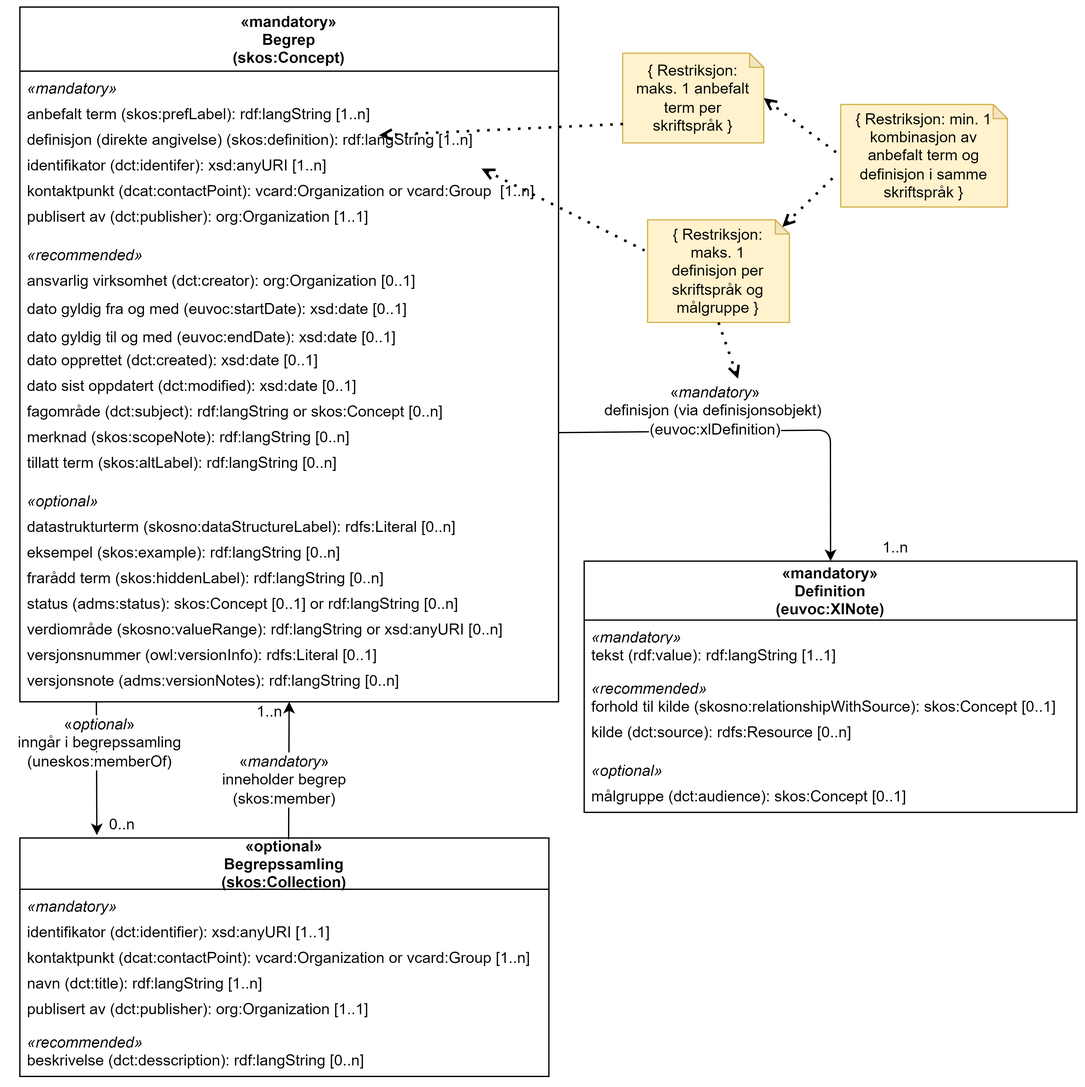
Informasjonsforvaltning/skos-ap-no-begrep keeps this draw.io diagram as docs/images/SKOS-AP-NO-Begrep-uten-relasjoner.png. Above is the earlier version. Source tidied: cells renumbered, new cells last; positions are measured from the earlier drawing's top-left corner, leaving out a move shared by most shapes.
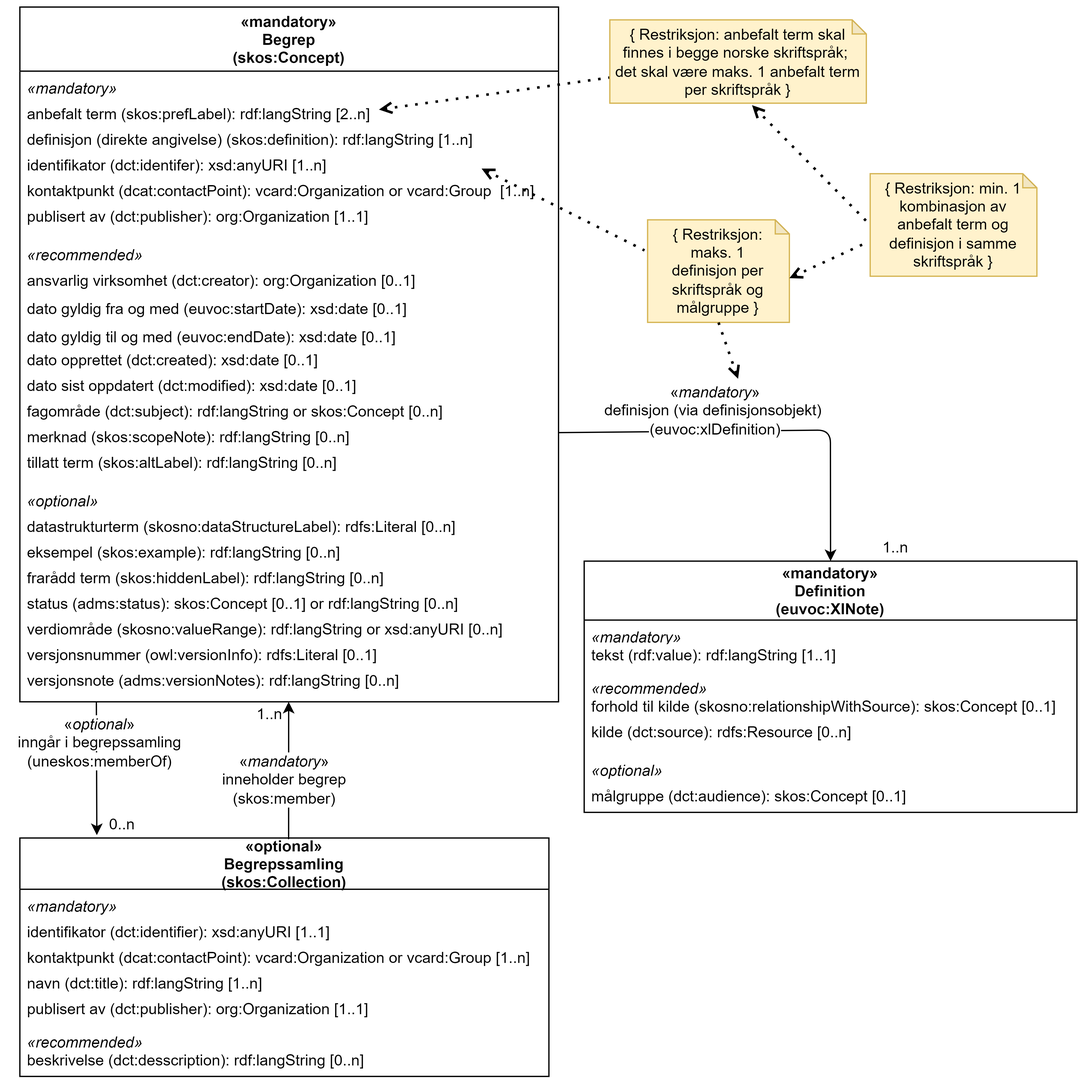
The same file after the commit.

Commit message:
Anbefalt term i begge norske skriftspråk (høringsinnspill Språkrådet-02)

The edit, as a diff of the source:
```diff
@@ -8,7 +8,7 @@
     <mxCell id="3" value="«mandatory»" style="text;strokeColor=none;fillColor=none;align=left;verticalAlign=top;spacingLeft=4;spacingRight=4;overflow=hidden;fontStyle=2;" parent="2" vertex="1">
       <mxGeometry y="50" width="420" height="20" as="geometry" />
     </mxCell>
-    <mxCell id="4" value="anbefalt term (skos:prefLabel): rdf:langString [1..n]" style="text;strokeColor=none;fillColor=none;align=left;verticalAlign=top;spacingLeft=4;spacingRight=4;overflow=hidden;labelBackgroundColor=none;" parent="2" vertex="1">
+    <mxCell id="4" value="anbefalt term (skos:prefLabel): rdf:langString [2..n]" style="text;strokeColor=none;fillColor=none;align=left;verticalAlign=top;spacingLeft=4;spacingRight=4;overflow=hidden;labelBackgroundColor=none;" parent="2" vertex="1">
       <mxGeometry y="70" width="420" height="20" as="geometry" />
     </mxCell>
     <mxCell id="5" value="definisjon (direkte angivelse) (skos:definition): rdf:langString [1..n]" style="text;strokeColor=none;fillColor=none;align=left;verticalAlign=top;spacingLeft=4;spacingRight=4;overflow=hidden;labelBackgroundColor=none;" parent="2" vertex="1">
@@ -140,7 +140,7 @@
         <mxPoint x="70" y="646" as="targetPoint" />
       </mxGeometry>
     </mxCell>
-    <mxCell id="46" style="endArrow=classic;endFill=1;endSize=6;html=1;exitX=0.508;exitY=0.005;exitDx=0;exitDy=0;exitPerimeter=0;" parent="1" edge="1" source="37" target="25">
+    <mxCell id="46" style="endArrow=classic;endFill=1;endSize=6;html=1;exitX=0.508;exitY=0.005;exitDx=0;exitDy=0;exitPerimeter=0;entryX=0.499;entryY=1;entryDx=0;entryDy=0;entryPerimeter=0;" parent="1" edge="1" source="37" target="25">
       <mxGeometry relative="1" as="geometry" />
     </mxCell>
     <mxCell id="47" value="«&lt;span&gt;&lt;i&gt;mandatory&lt;/i&gt;&lt;/span&gt;»&lt;br&gt;inneholder begrep (skos:member)" style="text;html=1;strokeColor=none;fillColor=none;align=center;verticalAlign=middle;whiteSpace=wrap;rounded=0;labelBackgroundColor=#ffffff;fontStyle=0;" parent="1" vertex="1">
@@ -150,7 +150,7 @@
       <mxGeometry y="548.2" width="145" height="52.3" as="geometry" />
     </mxCell>
     <mxCell id="49" value="1..n" style="text;html=1;strokeColor=none;fillColor=none;align=center;verticalAlign=middle;whiteSpace=wrap;rounded=0;" parent="1" vertex="1">
-      <mxGeometry x="190" y="540" width="30" height="20" as="geometry" />
+      <mxGeometry x="190" y="542" width="30" height="20" as="geometry" />
     </mxCell>
     <mxCell id="50" value="0..n" style="text;html=1;strokeColor=none;fillColor=none;align=center;verticalAlign=middle;whiteSpace=wrap;rounded=0;" parent="1" vertex="1">
       <mxGeometry x="80" y="628.2" width="20" height="20" as="geometry" />
@@ -163,21 +163,21 @@
         <mxPoint x="570" y="290" as="sourcePoint" />
       </mxGeometry>
     </mxCell>
-    <mxCell id="53" value="{ Restriksjon: maks. 1 anbefalt term&amp;nbsp;per skriftspråk }" style="shape=note;whiteSpace=wrap;html=1;backgroundOutline=1;darkOpacity=0.05;size=11;spacing=2;spacingRight=4;spacingLeft=4;fillColor=#fff2cc;strokeColor=#d6b656;" parent="1" vertex="1">
-      <mxGeometry x="480" y="36" width="110" height="70" as="geometry" />
-    </mxCell>
     <mxCell id="54" value="{ Restriksjon: min. 1 kombinasjon av anbefalt term og definisjon i samme skriftspråk&amp;nbsp;}" style="shape=note;whiteSpace=wrap;html=1;backgroundOutline=1;darkOpacity=0.05;size=11;spacingRight=4;spacingBottom=0;spacingLeft=4;fillColor=#fff2cc;strokeColor=#d6b656;" parent="1" vertex="1">
-      <mxGeometry x="650" y="76" width="130" height="80" as="geometry" />
+      <mxGeometry x="673" y="130" width="130" height="80" as="geometry" />
     </mxCell>
-    <mxCell id="55" style="endArrow=none;dashed=1;html=1;dashPattern=1 3;strokeWidth=2;rounded=0;exitX=0;exitY=0;exitDx=105.05;exitDy=5.5;exitPerimeter=0;entryX=-0.017;entryY=0.669;entryDx=0;entryDy=0;entryPerimeter=0;startArrow=open;startFill=0;" parent="1" edge="1" source="51" target="54">
+    <mxCell id="55" style="endArrow=none;dashed=1;html=1;dashPattern=1 3;strokeWidth=2;rounded=0;exitX=0;exitY=0;exitDx=110.55;exitDy=45.5;exitPerimeter=0;entryX=-0.017;entryY=0.669;entryDx=0;entryDy=0;entryPerimeter=0;startArrow=open;startFill=0;" parent="1" edge="1" source="51" target="54">
       <mxGeometry relative="1" as="geometry" />
     </mxCell>
-    <mxCell id="56" style="endArrow=none;dashed=1;html=1;dashPattern=1 3;strokeWidth=2;rounded=0;entryX=0;entryY=0.5;entryDx=0;entryDy=0;entryPerimeter=0;exitX=1;exitY=0.5;exitDx=0;exitDy=0;exitPerimeter=0;startArrow=open;startFill=0;" parent="1" edge="1" source="53" target="54">
-      <mxGeometry relative="1" as="geometry" />
+    <mxCell id="56" style="endArrow=none;dashed=1;html=1;dashPattern=1 3;strokeWidth=2;rounded=0;entryX=0;entryY=0.5;entryDx=0;entryDy=0;entryPerimeter=0;exitX=1.008;exitY=0.808;exitDx=0;exitDy=0;exitPerimeter=0;startArrow=open;startFill=0;" parent="1" edge="1" target="54">
+      <mxGeometry relative="1" as="geometry">
+        <mxPoint x="580.9" y="76.6" as="sourcePoint" />
+      </mxGeometry>
     </mxCell>
-    <mxCell id="57" style="endArrow=none;dashed=1;html=1;dashPattern=1 3;strokeWidth=2;rounded=0;fontColor=#FF0000;entryX=0.003;entryY=0.789;entryDx=0;entryDy=0;entryPerimeter=0;startArrow=open;startFill=0;" parent="1" edge="1" target="53">
+    <mxCell id="57" style="endArrow=none;dashed=1;html=1;dashPattern=1 3;strokeWidth=2;rounded=0;fontColor=#FF0000;entryX=0;entryY=0.5;entryDx=0;entryDy=0;entryPerimeter=0;startArrow=open;startFill=0;" parent="1" edge="1">
       <mxGeometry relative="1" as="geometry">
-        <mxPoint x="290" y="100" as="sourcePoint" />
+        <mxPoint x="290" y="80" as="sourcePoint" />
+        <mxPoint x="470" y="55" as="targetPoint" />
       </mxGeometry>
     </mxCell>
     <mxCell id="58" style="endArrow=none;dashed=1;html=1;dashPattern=1 3;strokeWidth=2;rounded=0;entryX=-0.022;entryY=0.298;entryDx=0;entryDy=0;entryPerimeter=0;startArrow=open;startFill=0;" parent="1" edge="1" target="51">
@@ -188,5 +188,8 @@
     <mxCell id="59" style="edgeStyle=orthogonalEdgeStyle;rounded=1;orthogonalLoop=1;jettySize=auto;html=1;exitX=0.5;exitY=1;exitDx=0;exitDy=0;" parent="1" edge="1" source="35" target="35">
       <mxGeometry relative="1" as="geometry" />
     </mxCell>
+    <mxCell id="60" value="{ Restriksjon: anbefalt term skal finnes i begge norske skriftspråk; &lt;br&gt;det skal være maks. 1 anbefalt term per skriftspråk&amp;nbsp;}" style="shape=note;whiteSpace=wrap;html=1;backgroundOutline=1;darkOpacity=0.05;size=11;spacingTop=2;spacingBottom=2;spacingLeft=2;spacingRight=2;fillColor=#fff2cc;strokeColor=#d6b656;" parent="1" vertex="1">
+      <mxGeometry x="470" y="10" width="200" height="65" as="geometry" />
+    </mxCell>
   </root>
 </mxGraphModel>
```
